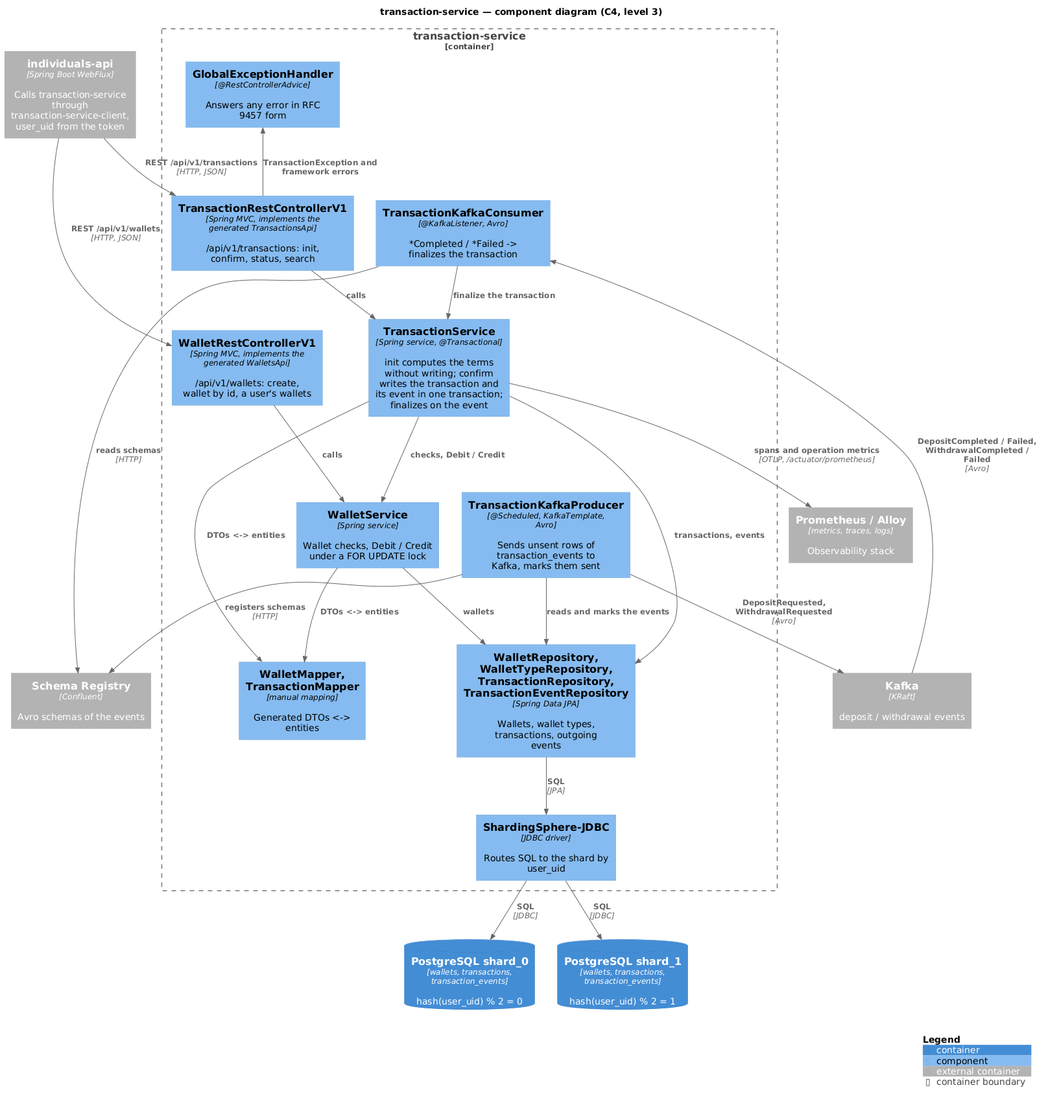
This is transaction-service/diagrams-c4/png/en/component.png from dezxxx/payment-platform, a PlantUML export, as it was before one commit.
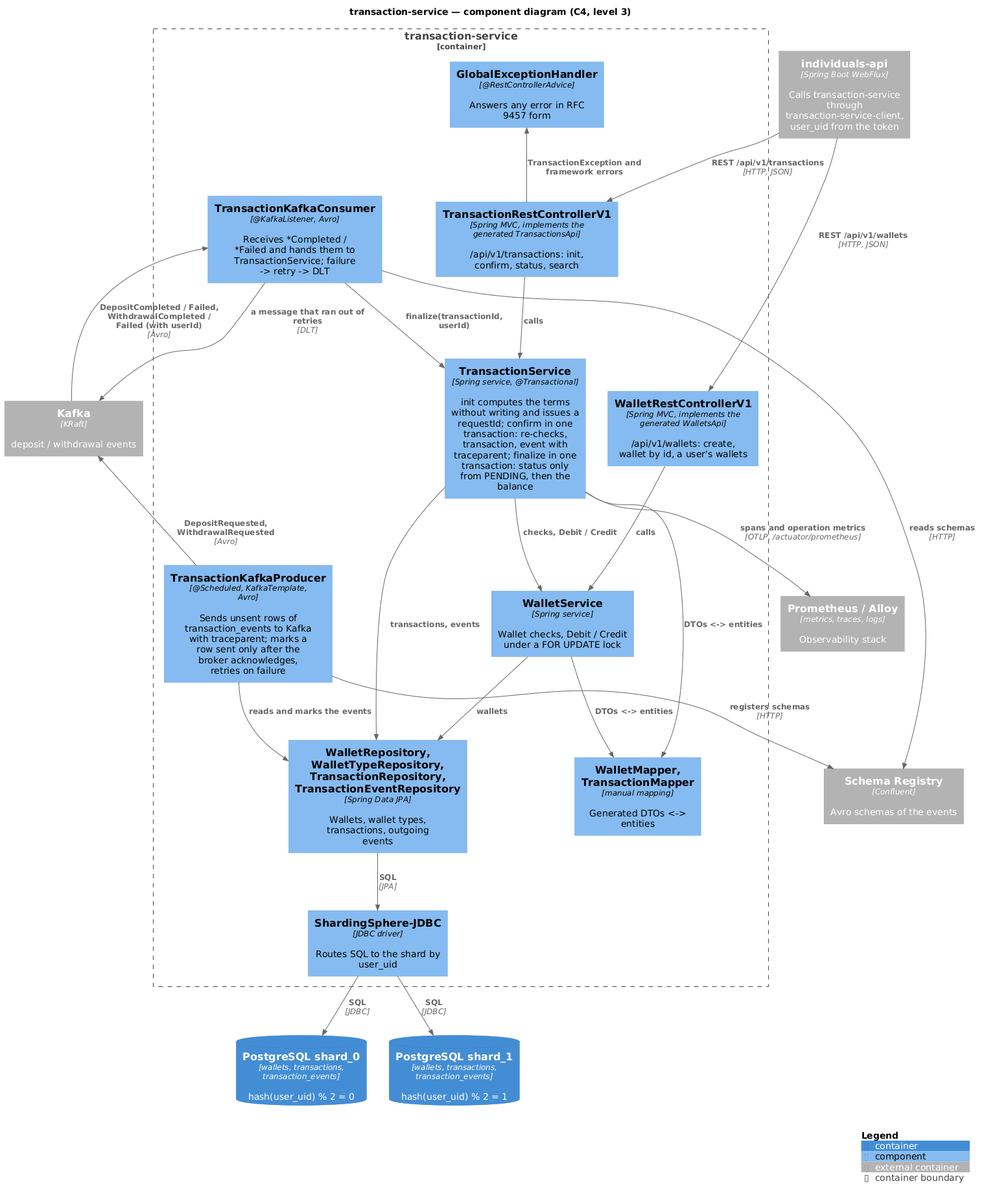
Later version of the same file.

Change to the diagram source:
```diff
@@ -14,13 +14,13 @@
     Component(walletController, "WalletRestControllerV1", "Spring MVC, implements the generated WalletsApi", "/api/v1/wallets: create, wallet by id, a user's wallets")
     Component(transactionController, "TransactionRestControllerV1", "Spring MVC, implements the generated TransactionsApi", "/api/v1/transactions: init, confirm, status, search")
     Component(handler, "GlobalExceptionHandler", "@RestControllerAdvice", "Answers any error in RFC 9457 form")
-    Component(transactionService, "TransactionService", "Spring service, @Transactional", "init computes the terms without writing; confirm writes the transaction and its event in one transaction; finalizes on the event")
+    Component(transactionService, "TransactionService", "Spring service, @Transactional", "init computes the terms without writing and issues a requestId; confirm in one transaction: re-checks, transaction, event with traceparent; finalize in one transaction: status only from PENDING, then the balance")
     Component(walletService, "WalletService", "Spring service", "Wallet checks, Debit / Credit under a FOR UPDATE lock")
     Component(mappers, "WalletMapper, TransactionMapper", "manual mapping", "Generated DTOs <-> entities")
     Component(repositories, "WalletRepository, WalletTypeRepository, TransactionRepository, TransactionEventRepository", "Spring Data JPA", "Wallets, wallet types, transactions, outgoing events")
     Component(sharding, "ShardingSphere-JDBC", "JDBC driver", "Routes SQL to the shard by user_uid")
-    Component(publisher, "TransactionKafkaProducer", "@Scheduled, KafkaTemplate, Avro", "Sends unsent rows of transaction_events to Kafka, marks them sent")
-    Component(consumer, "TransactionKafkaConsumer", "@KafkaListener, Avro", "*Completed / *Failed -> finalizes the transaction")
+    Component(publisher, "TransactionKafkaProducer", "@Scheduled, KafkaTemplate, Avro", "Sends unsent rows of transaction_events to Kafka with traceparent; marks a row sent only after the broker acknowledges, retries on failure")
+    Component(consumer, "TransactionKafkaConsumer", "@KafkaListener, Avro", "Receives *Completed / *Failed and hands them to TransactionService; failure -> retry -> DLT")
 }
 
 Rel(individualsApi, walletController, "REST /api/v1/wallets", "HTTP, JSON")
@@ -34,14 +34,15 @@
 Rel(transactionService, repositories, "transactions, events")
 Rel(walletService, repositories, "wallets")
 Rel(publisher, repositories, "reads and marks the events")
-Rel(consumer, transactionService, "finalize the transaction")
+Rel(consumer, transactionService, "finalize(transactionId, userId)")
 Rel(repositories, sharding, "SQL", "JPA")
 Rel(sharding, shard0, "SQL", "JDBC")
 Rel(sharding, shard1, "SQL", "JDBC")
 Rel(publisher, kafka, "DepositRequested, WithdrawalRequested", "Avro")
-Rel(kafka, consumer, "DepositCompleted / Failed, WithdrawalCompleted / Failed", "Avro")
+Rel(kafka, consumer, "DepositCompleted / Failed, WithdrawalCompleted / Failed (with userId)", "Avro")
 Rel(publisher, schemaRegistry, "registers schemas", "HTTP")
 Rel(consumer, schemaRegistry, "reads schemas", "HTTP")
+Rel(consumer, kafka, "a message that ran out of retries", "DLT")
 Rel(transactionService, observability, "spans and operation metrics", "OTLP, /actuator/prometheus")
 
 SHOW_LEGEND()
```
